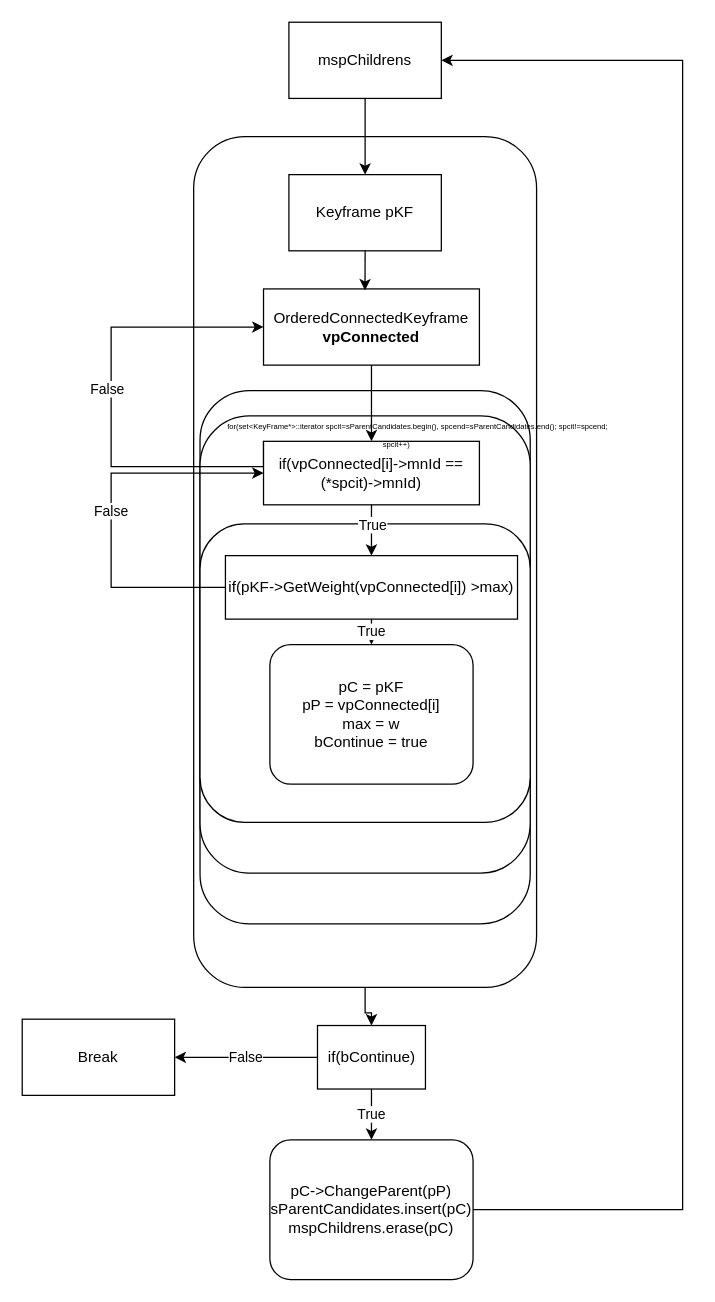
Above: 제목 없는 다이어그램.drawio in richard7714/ORB_SLAM2_kor_comment (draw.io), before the change. Source tidied: cells renumbered, new cells numbered last; positions are measured from the earlier drawing's top-left corner, leaving out a move shared by most shapes. Both pictures are drawn from the tidied source at 127%, with x=0, y=0 at pixel (22, 22).
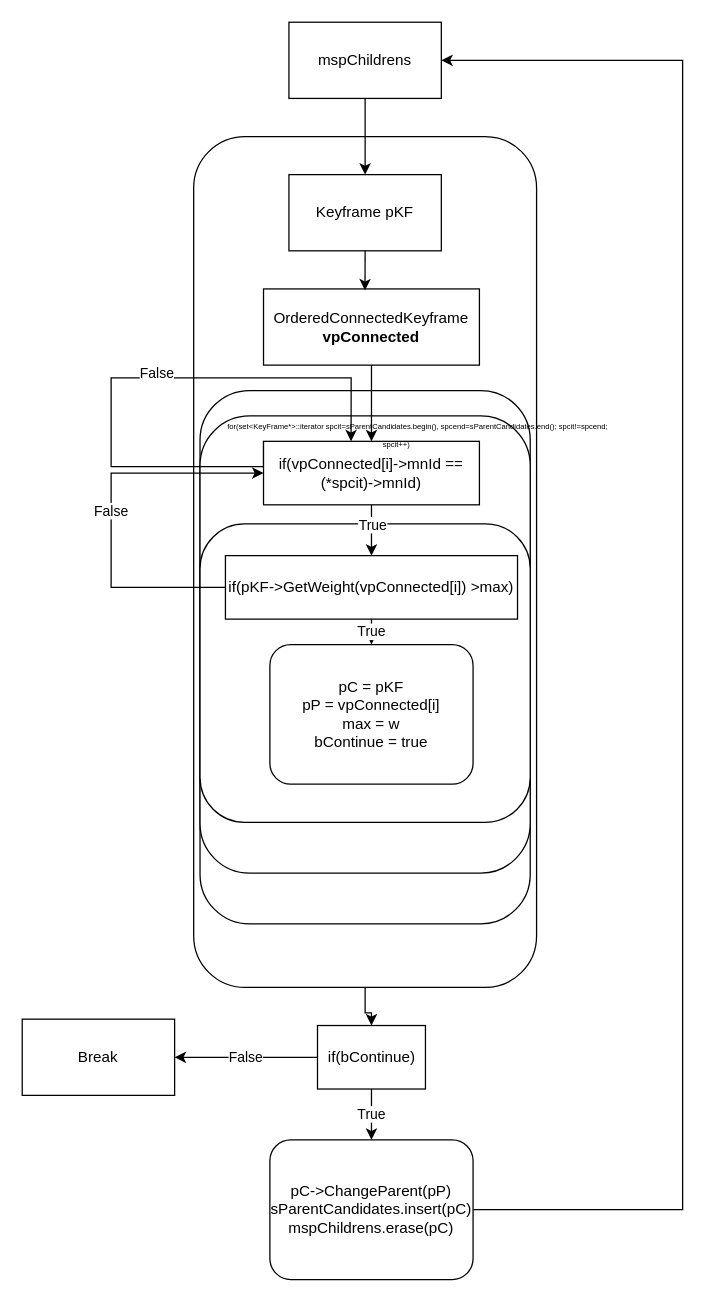
Above is the later version.

Commit message (it also covers changes not shown here):
제목 없는 다이어그램.drawio 업데이트

Unchanged cells that the change refers to:
```xml
<mxCell id="7" value="OrderedConnectedKeyframe&lt;br&gt;&lt;b&gt;vpConnected&lt;/b&gt;" style="rounded=0;whiteSpace=wrap;html=1;" parent="1" vertex="1">
  <mxGeometry x="190" y="210" width="170" height="60" as="geometry" />
</mxCell>
<mxCell id="13" value="if(vpConnected[i]-&amp;gt;mnId == (*spcit)-&amp;gt;mnId)" style="rounded=0;whiteSpace=wrap;html=1;" parent="1" vertex="1">
  <mxGeometry x="190" y="330" width="170" height="50" as="geometry" />
</mxCell>
<mxCell id="28" value="&lt;div&gt;&lt;font style=&quot;font-size: 6px;&quot;&gt;&amp;nbsp; &amp;nbsp; &amp;nbsp; &amp;nbsp; &amp;nbsp; &amp;nbsp; &amp;nbsp; &amp;nbsp; &amp;nbsp; &amp;nbsp; for(set&amp;lt;KeyFrame*&amp;gt;::iterator spcit=sParentCandidates.begin(), spcend=sParentCandidates.end(); spcit!=spcend; spcit++)&lt;/font&gt;&lt;/div&gt;&lt;div&gt;&lt;br&gt;&lt;/div&gt;" style="text;html=1;strokeColor=none;fillColor=none;align=center;verticalAlign=middle;whiteSpace=wrap;rounded=0;" parent="1" vertex="1">
  <mxGeometry x="120" y="330" width="350" as="geometry" />
</mxCell>
```

The edit, as a diff of the source:
```diff
@@
-    <mxCell id="11" style="edgeStyle=orthogonalEdgeStyle;rounded=0;jettySize=auto;html=1;exitX=0;exitY=0;exitDx=0;exitDy=0;entryX=0;entryY=0.5;entryDx=0;entryDy=0;" parent="1" edge="1" source="13" target="7">
+    <mxCell id="11" style="edgeStyle=orthogonalEdgeStyle;rounded=0;jettySize=auto;html=1;exitX=0;exitY=0;exitDx=0;exitDy=0;entryX=0.397;entryY=0;entryDx=0;entryDy=0;entryPerimeter=0;" parent="1" edge="1" source="13" target="28">
       <mxGeometry relative="1" as="geometry">
         <Array as="points">
           <mxPoint x="190" y="350" />
           <mxPoint x="70" y="350" />
-          <mxPoint x="70" y="240" />
+          <mxPoint x="70" y="280" />
+          <mxPoint x="259" y="280" />
         </Array>
       </mxGeometry>
     </mxCell>
```
